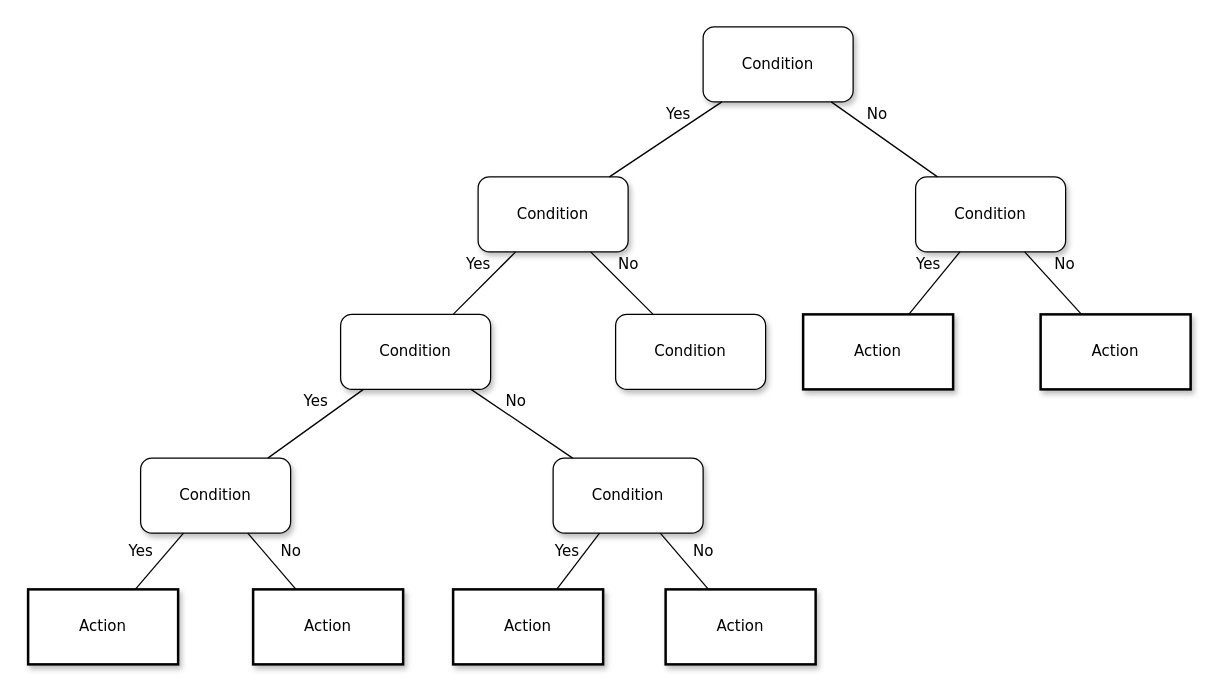
Above: Untitled Diagram.drawio in aimer521-lab/Python_Implement-of-Bellman-Ford-Routing-Algorithm (draw.io), before the change. Source tidied: cells renumbered, new cells numbered last; positions are measured from the earlier drawing's top-left corner, leaving out a move shared by most shapes. Both pictures are drawn from the tidied source at 125%, with x=0, y=0 at pixel (28, 26).
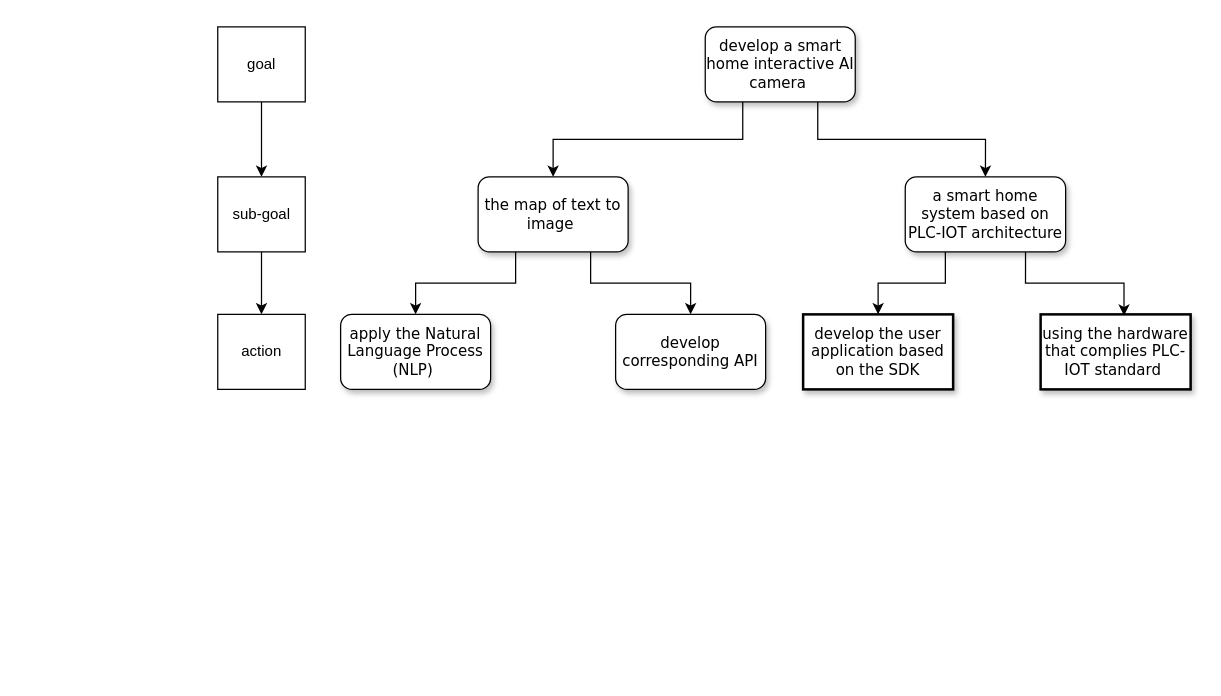
The same page after the edit.

The edit, as a diff of the source:
```diff
@@
-    <mxCell id="2" value="Condition" style="whiteSpace=wrap;html=1;rounded=1;shadow=1;labelBackgroundColor=none;strokeWidth=1;fontFamily=Verdana;fontSize=12;align=center;" parent="1" vertex="1">
-      <mxGeometry x="540" width="120" height="60" as="geometry" />
-    </mxCell>
-    <mxCell id="3" value="&lt;span&gt;Condition&lt;/span&gt;" style="whiteSpace=wrap;html=1;rounded=1;shadow=1;labelBackgroundColor=none;strokeWidth=1;fontFamily=Verdana;fontSize=12;align=center;" parent="1" vertex="1">
-      <mxGeometry x="360" y="120" width="120" height="60" as="geometry" />
-    </mxCell>
-    <mxCell id="4" value="&lt;span&gt;Condition&lt;/span&gt;" style="whiteSpace=wrap;html=1;rounded=1;shadow=1;labelBackgroundColor=none;strokeWidth=1;fontFamily=Verdana;fontSize=12;align=center;" parent="1" vertex="1">
-      <mxGeometry x="710" y="120" width="120" height="60" as="geometry" />
-    </mxCell>
-    <mxCell id="5" value="No" style="rounded=0;html=1;labelBackgroundColor=none;startArrow=none;startFill=0;startSize=5;endArrow=none;endFill=0;endSize=5;jettySize=auto;strokeWidth=1;fontFamily=Verdana;fontSize=12;" parent="1" edge="1" source="2" target="4">
-      <mxGeometry x="-0.3" y="13" relative="1" as="geometry" />
+    <mxCell id="5" style="edgeStyle=orthogonalEdgeStyle;rounded=0;jettySize=auto;html=1;exitX=0.75;exitY=1;exitDx=0;exitDy=0;entryX=0.5;entryY=0;entryDx=0;entryDy=0;" parent="1" edge="1" source="2" target="4">
+      <mxGeometry relative="1" as="geometry" />
     </mxCell>
-    <mxCell id="6" value="Yes" style="rounded=0;html=1;labelBackgroundColor=none;startArrow=none;startFill=0;startSize=5;endArrow=none;endFill=0;endSize=5;jettySize=auto;strokeWidth=1;fontFamily=Verdana;fontSize=12;" parent="1" edge="1" source="2" target="3">
-      <mxGeometry x="-0.36" y="-11" relative="1" as="geometry" />
+    <mxCell id="6" style="edgeStyle=orthogonalEdgeStyle;rounded=0;jettySize=auto;html=1;exitX=0.25;exitY=1;exitDx=0;exitDy=0;entryX=0.5;entryY=0;entryDx=0;entryDy=0;" parent="1" edge="1" source="2" target="3">
+      <mxGeometry relative="1" as="geometry" />
     </mxCell>
+    <mxCell id="2" value="develop a smart home interactive AI camera&amp;nbsp;" style="whiteSpace=wrap;html=1;rounded=1;shadow=1;labelBackgroundColor=none;strokeWidth=1;fontFamily=Verdana;fontSize=12;align=center;" parent="1" vertex="1">
+      <mxGeometry x="541.7" width="120" height="60" as="geometry" />
+    </mxCell>
+    <mxCell id="13" style="edgeStyle=orthogonalEdgeStyle;rounded=0;jettySize=auto;html=1;exitX=0.25;exitY=1;exitDx=0;exitDy=0;entryX=0.5;entryY=0;entryDx=0;entryDy=0;" parent="1" edge="1" source="3" target="7">
+      <mxGeometry relative="1" as="geometry" />
+    </mxCell>
+    <mxCell id="14" style="edgeStyle=orthogonalEdgeStyle;rounded=0;jettySize=auto;html=1;exitX=0.75;exitY=1;exitDx=0;exitDy=0;entryX=0.5;entryY=0;entryDx=0;entryDy=0;" parent="1" edge="1" source="3" target="8">
+      <mxGeometry relative="1" as="geometry" />
+    </mxCell>
+    <mxCell id="3" value="the map of text to image&amp;nbsp;" style="whiteSpace=wrap;html=1;rounded=1;shadow=1;labelBackgroundColor=none;strokeWidth=1;fontFamily=Verdana;fontSize=12;align=center;" parent="1" vertex="1">
+      <mxGeometry x="360" y="120" width="120" height="60" as="geometry" />
+    </mxCell>
+    <mxCell id="15" style="edgeStyle=orthogonalEdgeStyle;rounded=0;jettySize=auto;html=1;exitX=0.25;exitY=1;exitDx=0;exitDy=0;" parent="1" edge="1" source="4" target="9">
+      <mxGeometry relative="1" as="geometry" />
+    </mxCell>
+    <mxCell id="16" style="edgeStyle=orthogonalEdgeStyle;rounded=0;jettySize=auto;html=1;exitX=0.75;exitY=1;exitDx=0;exitDy=0;entryX=0.556;entryY=0.017;entryDx=0;entryDy=0;entryPerimeter=0;" parent="1" edge="1" source="4" target="10">
+      <mxGeometry relative="1" as="geometry" />
+    </mxCell>
+    <mxCell id="4" value="a smart home system based on PLC-IOT&amp;nbsp;architecture" style="whiteSpace=wrap;html=1;rounded=1;shadow=1;labelBackgroundColor=none;strokeWidth=1;fontFamily=Verdana;fontSize=12;align=center;" parent="1" vertex="1">
+      <mxGeometry x="701.7" y="120" width="128.3" height="60" as="geometry" />
+    </mxCell>
-    <mxCell id="7" value="&lt;span&gt;Condition&lt;/span&gt;" style="whiteSpace=wrap;html=1;rounded=1;shadow=1;labelBackgroundColor=none;strokeWidth=1;fontFamily=Verdana;fontSize=12;align=center;" parent="1" vertex="1">
+    <mxCell id="7" value="apply the Natural Language Process (NLP)&amp;nbsp;" style="whiteSpace=wrap;html=1;rounded=1;shadow=1;labelBackgroundColor=none;strokeWidth=1;fontFamily=Verdana;fontSize=12;align=center;" parent="1" vertex="1">
       <mxGeometry x="250" y="230" width="120" height="60" as="geometry" />
     </mxCell>
-    <mxCell id="8" value="&lt;span&gt;Condition&lt;/span&gt;" style="whiteSpace=wrap;html=1;rounded=1;shadow=1;labelBackgroundColor=none;strokeWidth=1;fontFamily=Verdana;fontSize=12;align=center;" parent="1" vertex="1">
+    <mxCell id="8" value="develop corresponding API" style="whiteSpace=wrap;html=1;rounded=1;shadow=1;labelBackgroundColor=none;strokeWidth=1;fontFamily=Verdana;fontSize=12;align=center;" parent="1" vertex="1">
       <mxGeometry x="470" y="230" width="120" height="60" as="geometry" />
     </mxCell>
-    <mxCell id="9" value="&lt;span&gt;Action&lt;/span&gt;" style="whiteSpace=wrap;html=1;rounded=0;shadow=1;labelBackgroundColor=none;strokeWidth=2;fontFamily=Verdana;fontSize=12;align=center;" parent="1" vertex="1">
+    <mxCell id="9" value="develop the user application based on the SDK" style="whiteSpace=wrap;html=1;rounded=0;shadow=1;labelBackgroundColor=none;strokeWidth=2;fontFamily=Verdana;fontSize=12;align=center;" parent="1" vertex="1">
       <mxGeometry x="620" y="230" width="120" height="60" as="geometry" />
     </mxCell>
-    <mxCell id="10" value="&lt;span&gt;Action&lt;/span&gt;" style="whiteSpace=wrap;html=1;rounded=0;shadow=1;labelBackgroundColor=none;strokeWidth=2;fontFamily=Verdana;fontSize=12;align=center;" parent="1" vertex="1">
+    <mxCell id="10" value="&lt;span&gt;using the hardware that complies PLC-IOT standard&amp;nbsp;&lt;/span&gt;" style="whiteSpace=wrap;html=1;rounded=0;shadow=1;labelBackgroundColor=none;strokeWidth=2;fontFamily=Verdana;fontSize=12;align=center;" parent="1" vertex="1">
       <mxGeometry x="810" y="230" width="120" height="60" as="geometry" />
     </mxCell>
-    <mxCell id="11" value="&lt;span&gt;Condition&lt;/span&gt;" style="whiteSpace=wrap;html=1;rounded=1;shadow=1;labelBackgroundColor=none;strokeWidth=1;fontFamily=Verdana;fontSize=12;align=center;" parent="1" vertex="1">
-      <mxGeometry x="90" y="345" width="120" height="60" as="geometry" />
-    </mxCell>
-    <mxCell id="12" value="&lt;span&gt;Condition&lt;/span&gt;" style="whiteSpace=wrap;html=1;rounded=1;shadow=1;labelBackgroundColor=none;strokeWidth=1;fontFamily=Verdana;fontSize=12;align=center;" parent="1" vertex="1">
-      <mxGeometry x="420" y="345" width="120" height="60" as="geometry" />
-    </mxCell>
-    <mxCell id="13" value="Yes" style="rounded=0;html=1;labelBackgroundColor=none;startArrow=none;startFill=0;startSize=5;endArrow=none;endFill=0;endSize=5;jettySize=auto;strokeWidth=1;fontFamily=Verdana;fontSize=12;" parent="1" edge="1" source="3" target="7">
-      <mxGeometry x="-0.2" y="-14" relative="1" as="geometry" />
-    </mxCell>
-    <mxCell id="14" value="No" style="rounded=0;html=1;labelBackgroundColor=none;startArrow=none;startFill=0;startSize=5;endArrow=none;endFill=0;endSize=5;jettySize=auto;strokeWidth=1;fontFamily=Verdana;fontSize=12;" parent="1" edge="1" source="3" target="8">
-      <mxGeometry x="-0.2" y="14" relative="1" as="geometry" />
-    </mxCell>
-    <mxCell id="15" value="Yes" style="rounded=0;html=1;labelBackgroundColor=none;startArrow=none;startFill=0;startSize=5;endArrow=none;endFill=0;endSize=5;jettySize=auto;strokeWidth=1;fontFamily=Verdana;fontSize=12;" parent="1" edge="1" source="4" target="9">
-      <mxGeometry x="-0.26" y="-13" relative="1" as="geometry" />
-    </mxCell>
-    <mxCell id="16" value="No" style="rounded=0;html=1;labelBackgroundColor=none;startArrow=none;startFill=0;startSize=5;endArrow=none;endFill=0;endSize=5;jettySize=auto;strokeWidth=1;fontFamily=Verdana;fontSize=12;" parent="1" edge="1" source="4" target="10">
-      <mxGeometry x="-0.13" y="17" relative="1" as="geometry" />
-    </mxCell>
-    <mxCell id="17" value="Yes" style="rounded=0;html=1;labelBackgroundColor=none;startArrow=none;startFill=0;startSize=5;endArrow=none;endFill=0;endSize=5;jettySize=auto;strokeWidth=1;fontFamily=Verdana;fontSize=12;" parent="1" edge="1" source="7" target="11">
-      <mxGeometry x="-0.22" y="-14" relative="1" as="geometry" />
-    </mxCell>
-    <mxCell id="18" value="No" style="rounded=0;html=1;labelBackgroundColor=none;startArrow=none;startFill=0;startSize=5;endArrow=none;endFill=0;endSize=5;jettySize=auto;strokeWidth=1;fontFamily=Verdana;fontSize=12;" parent="1" edge="1" source="7" target="12">
-      <mxGeometry x="-0.28" y="12" relative="1" as="geometry" />
-    </mxCell>
-    <mxCell id="19" value="Action" style="whiteSpace=wrap;html=1;rounded=0;shadow=1;labelBackgroundColor=none;strokeWidth=2;fontFamily=Verdana;fontSize=12;align=center;" parent="1" vertex="1">
-      <mxGeometry y="450" width="120" height="60" as="geometry" />
-    </mxCell>
-    <mxCell id="20" value="&lt;span&gt;Action&lt;/span&gt;" style="whiteSpace=wrap;html=1;rounded=0;shadow=1;labelBackgroundColor=none;strokeWidth=2;fontFamily=Verdana;fontSize=12;align=center;" parent="1" vertex="1">
-      <mxGeometry x="180" y="450" width="120" height="60" as="geometry" />
-    </mxCell>
-    <mxCell id="21" value="&lt;span&gt;Action&lt;/span&gt;" style="whiteSpace=wrap;html=1;rounded=0;shadow=1;labelBackgroundColor=none;strokeWidth=2;fontFamily=Verdana;fontSize=12;align=center;" parent="1" vertex="1">
-      <mxGeometry x="340" y="450" width="120" height="60" as="geometry" />
-    </mxCell>
-    <mxCell id="22" value="&lt;span&gt;Action&lt;/span&gt;" style="whiteSpace=wrap;html=1;rounded=0;shadow=1;labelBackgroundColor=none;strokeWidth=2;fontFamily=Verdana;fontSize=12;align=center;" parent="1" vertex="1">
-      <mxGeometry x="510" y="450" width="120" height="60" as="geometry" />
-    </mxCell>
-    <mxCell id="23" value="Yes" style="rounded=0;html=1;labelBackgroundColor=none;startArrow=none;startFill=0;startSize=5;endArrow=none;endFill=0;endSize=5;jettySize=auto;strokeWidth=1;fontFamily=Verdana;fontSize=12;" parent="1" edge="1" source="11" target="19">
-      <mxGeometry x="0.14" y="-16" relative="1" as="geometry" />
-    </mxCell>
-    <mxCell id="24" value="No" style="rounded=0;html=1;labelBackgroundColor=none;startArrow=none;startFill=0;startSize=5;endArrow=none;endFill=0;endSize=5;jettySize=auto;strokeWidth=1;fontFamily=Verdana;fontSize=12;" parent="1" edge="1" source="11" target="20">
-      <mxGeometry x="0.14" y="16" relative="1" as="geometry" />
-    </mxCell>
-    <mxCell id="25" value="Yes" style="rounded=0;html=1;labelBackgroundColor=none;startArrow=none;startFill=0;startSize=5;endArrow=none;endFill=0;endSize=5;jettySize=auto;strokeWidth=1;fontFamily=Verdana;fontSize=12;" parent="1" edge="1" source="12" target="21">
-      <mxGeometry y="-12" relative="1" as="geometry" />
-    </mxCell>
-    <mxCell id="26" value="No" style="rounded=0;html=1;labelBackgroundColor=none;startArrow=none;startFill=0;startSize=5;endArrow=none;endFill=0;endSize=5;jettySize=auto;strokeWidth=1;fontFamily=Verdana;fontSize=12;" parent="1" edge="1" source="12" target="22">
-      <mxGeometry x="0.14" y="16" relative="1" as="geometry" />
-    </mxCell>
+    <mxCell id="27" style="edgeStyle=orthogonalEdgeStyle;rounded=0;jettySize=auto;html=1;exitX=0.5;exitY=1;exitDx=0;exitDy=0;" parent="1" edge="1" source="28" target="30">
+      <mxGeometry relative="1" as="geometry" />
+    </mxCell>
+    <mxCell id="28" value="goal" style="rounded=0;whiteSpace=wrap;html=1;" parent="1" vertex="1">
+      <mxGeometry x="151.7" width="70" height="60" as="geometry" />
+    </mxCell>
+    <mxCell id="29" style="edgeStyle=orthogonalEdgeStyle;rounded=0;jettySize=auto;html=1;exitX=0.5;exitY=1;exitDx=0;exitDy=0;entryX=0.5;entryY=0;entryDx=0;entryDy=0;" parent="1" edge="1" source="30" target="31">
+      <mxGeometry relative="1" as="geometry" />
+    </mxCell>
+    <mxCell id="30" value="sub-goal" style="rounded=0;whiteSpace=wrap;html=1;" parent="1" vertex="1">
+      <mxGeometry x="151.7" y="120" width="70" height="60" as="geometry" />
+    </mxCell>
+    <mxCell id="31" value="action" style="rounded=0;whiteSpace=wrap;html=1;" parent="1" vertex="1">
+      <mxGeometry x="151.7" y="230" width="70" height="60" as="geometry" />
+    </mxCell>
```
